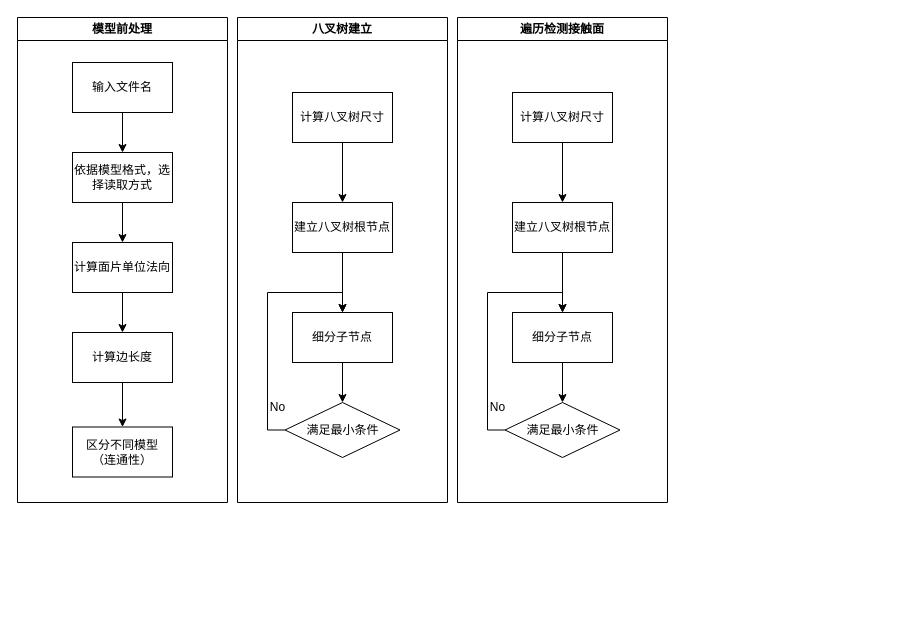
Earlier version of the draw.io diagram OCTreeCheckWorkflow.drawio (WalkLater/workflow). Source tidied: cells renumbered, new cells numbered last; positions are measured from the earlier drawing's top-left corner, leaving out a move shared by most shapes. Both pictures are drawn from the tidied source at 100%, with x=0, y=0 at pixel (17, 17).
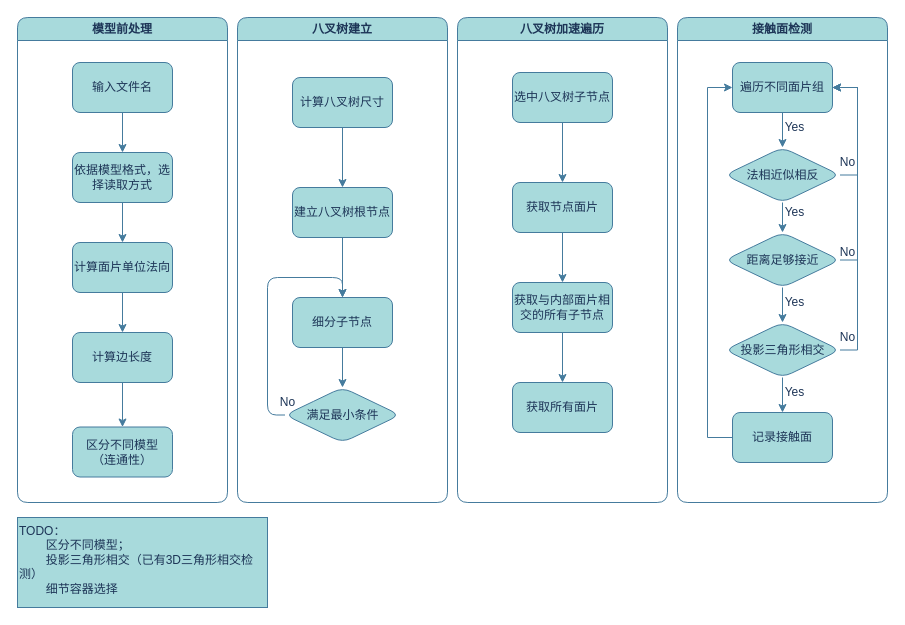
The same diagram, later.

Diff of the diagram source:
```diff
@@
-    <mxCell id="2" value="模型前处理" style="swimlane;whiteSpace=wrap;html=1;" parent="1" vertex="1">
+    <mxCell id="2" value="模型前处理" style="swimlane;whiteSpace=wrap;html=1;rounded=1;labelBackgroundColor=none;fillColor=#A8DADC;strokeColor=#457B9D;fontColor=#1D3557;" parent="1" vertex="1">
       <mxGeometry width="210" height="485" as="geometry" />
     </mxCell>
-    <mxCell id="3" style="edgeStyle=orthogonalEdgeStyle;rounded=0;jettySize=auto;html=1;" parent="2" edge="1" source="4" target="6">
+    <mxCell id="3" style="edgeStyle=orthogonalEdgeStyle;rounded=1;jettySize=auto;html=1;labelBackgroundColor=none;fontColor=default;strokeColor=#457B9D;" parent="2" edge="1" source="4" target="6">
       <mxGeometry relative="1" as="geometry" />
     </mxCell>
-    <mxCell id="4" value="输入文件名" style="rounded=0;whiteSpace=wrap;html=1;" parent="2" vertex="1">
+    <mxCell id="4" value="输入文件名" style="rounded=1;whiteSpace=wrap;html=1;labelBackgroundColor=none;fillColor=#A8DADC;strokeColor=#457B9D;fontColor=#1D3557;" parent="2" vertex="1">
       <mxGeometry x="55" y="45" width="100" height="50" as="geometry" />
     </mxCell>
-    <mxCell id="5" style="edgeStyle=orthogonalEdgeStyle;rounded=0;jettySize=auto;html=1;" parent="2" edge="1" source="6" target="8">
+    <mxCell id="5" style="edgeStyle=orthogonalEdgeStyle;rounded=1;jettySize=auto;html=1;labelBackgroundColor=none;fontColor=default;strokeColor=#457B9D;" parent="2" edge="1" source="6" target="8">
       <mxGeometry relative="1" as="geometry" />
     </mxCell>
-    <mxCell id="6" value="依据模型格式，选择读取方式" style="rounded=0;whiteSpace=wrap;html=1;" parent="2" vertex="1">
+    <mxCell id="6" value="依据模型格式，选择读取方式" style="rounded=1;whiteSpace=wrap;html=1;labelBackgroundColor=none;fillColor=#A8DADC;strokeColor=#457B9D;fontColor=#1D3557;" parent="2" vertex="1">
       <mxGeometry x="55" y="135" width="100" height="50" as="geometry" />
     </mxCell>
-    <mxCell id="7" style="edgeStyle=orthogonalEdgeStyle;rounded=0;jettySize=auto;html=1;" parent="2" edge="1" source="8" target="10">
+    <mxCell id="7" style="edgeStyle=orthogonalEdgeStyle;rounded=1;jettySize=auto;html=1;labelBackgroundColor=none;fontColor=default;strokeColor=#457B9D;" parent="2" edge="1" source="8" target="10">
       <mxGeometry relative="1" as="geometry" />
     </mxCell>
-    <mxCell id="8" value="计算面片单位法向" style="rounded=0;whiteSpace=wrap;html=1;" parent="2" vertex="1">
+    <mxCell id="8" value="计算面片单位法向" style="rounded=1;whiteSpace=wrap;html=1;labelBackgroundColor=none;fillColor=#A8DADC;strokeColor=#457B9D;fontColor=#1D3557;" parent="2" vertex="1">
       <mxGeometry x="55" y="225" width="100" height="50" as="geometry" />
     </mxCell>
-    <mxCell id="9" style="edgeStyle=orthogonalEdgeStyle;rounded=0;jettySize=auto;html=1;" parent="2" edge="1" source="10" target="11">
+    <mxCell id="9" style="edgeStyle=orthogonalEdgeStyle;rounded=1;jettySize=auto;html=1;labelBackgroundColor=none;fontColor=default;strokeColor=#457B9D;" parent="2" edge="1" source="10" target="11">
       <mxGeometry relative="1" as="geometry" />
     </mxCell>
-    <mxCell id="10" value="计算边长度" style="rounded=0;whiteSpace=wrap;html=1;" parent="2" vertex="1">
+    <mxCell id="10" value="计算边长度" style="rounded=1;whiteSpace=wrap;html=1;labelBackgroundColor=none;fillColor=#A8DADC;strokeColor=#457B9D;fontColor=#1D3557;" parent="2" vertex="1">
       <mxGeometry x="55" y="315" width="100" height="50" as="geometry" />
     </mxCell>
-    <mxCell id="11" value="区分不同模型&lt;div&gt;（连通性）&lt;/div&gt;" style="rounded=0;whiteSpace=wrap;html=1;" parent="2" vertex="1">
+    <mxCell id="11" value="区分不同模型&lt;div&gt;（连通性）&lt;/div&gt;" style="rounded=1;whiteSpace=wrap;html=1;labelBackgroundColor=none;fillColor=#A8DADC;strokeColor=#457B9D;fontColor=#1D3557;" parent="2" vertex="1">
       <mxGeometry x="55" y="409.5" width="100" height="50" as="geometry" />
     </mxCell>
-    <mxCell id="12" value="八叉树建立" style="swimlane;whiteSpace=wrap;html=1;" parent="1" vertex="1">
+    <mxCell id="12" value="八叉树建立" style="swimlane;whiteSpace=wrap;html=1;rounded=1;labelBackgroundColor=none;fillColor=#A8DADC;strokeColor=#457B9D;fontColor=#1D3557;" parent="1" vertex="1">
       <mxGeometry x="220" width="210" height="485" as="geometry" />
     </mxCell>
-    <mxCell id="13" style="edgeStyle=orthogonalEdgeStyle;rounded=0;jettySize=auto;html=1;" parent="12" edge="1" source="14" target="16">
+    <mxCell id="13" style="edgeStyle=orthogonalEdgeStyle;rounded=1;jettySize=auto;html=1;labelBackgroundColor=none;fontColor=default;strokeColor=#457B9D;" parent="12" edge="1" source="14" target="16">
       <mxGeometry relative="1" as="geometry" />
     </mxCell>
-    <mxCell id="14" value="计算八叉树尺寸" style="rounded=0;whiteSpace=wrap;html=1;" parent="12" vertex="1">
-      <mxGeometry x="55" y="75" width="100" height="50" as="geometry" />
+    <mxCell id="14" value="计算八叉树尺寸" style="rounded=1;whiteSpace=wrap;html=1;labelBackgroundColor=none;fillColor=#A8DADC;strokeColor=#457B9D;fontColor=#1D3557;" parent="12" vertex="1">
+      <mxGeometry x="55" y="60" width="100" height="50" as="geometry" />
     </mxCell>
-    <mxCell id="15" style="edgeStyle=orthogonalEdgeStyle;rounded=0;jettySize=auto;html=1;" parent="12" edge="1" source="16" target="18">
+    <mxCell id="15" style="edgeStyle=orthogonalEdgeStyle;rounded=1;jettySize=auto;html=1;labelBackgroundColor=none;fontColor=default;strokeColor=#457B9D;" parent="12" edge="1" source="16" target="18">
       <mxGeometry relative="1" as="geometry" />
     </mxCell>
-    <mxCell id="16" value="建立八叉树根节点" style="rounded=0;whiteSpace=wrap;html=1;" parent="12" vertex="1">
-      <mxGeometry x="55" y="185" width="100" height="50" as="geometry" />
+    <mxCell id="16" value="建立八叉树根节点" style="rounded=1;whiteSpace=wrap;html=1;labelBackgroundColor=none;fillColor=#A8DADC;strokeColor=#457B9D;fontColor=#1D3557;" parent="12" vertex="1">
+      <mxGeometry x="55" y="170" width="100" height="50" as="geometry" />
     </mxCell>
-    <mxCell id="17" style="edgeStyle=orthogonalEdgeStyle;rounded=0;jettySize=auto;html=1;" parent="12" edge="1" source="18" target="20">
+    <mxCell id="17" style="edgeStyle=orthogonalEdgeStyle;rounded=1;jettySize=auto;html=1;labelBackgroundColor=none;fontColor=default;strokeColor=#457B9D;" parent="12" edge="1" source="18" target="20">
       <mxGeometry relative="1" as="geometry" />
     </mxCell>
-    <mxCell id="18" value="细分子节点" style="rounded=0;whiteSpace=wrap;html=1;" parent="12" vertex="1">
-      <mxGeometry x="55" y="295" width="100" height="50" as="geometry" />
+    <mxCell id="18" value="细分子节点" style="rounded=1;whiteSpace=wrap;html=1;labelBackgroundColor=none;fillColor=#A8DADC;strokeColor=#457B9D;fontColor=#1D3557;" parent="12" vertex="1">
+      <mxGeometry x="55" y="280" width="100" height="50" as="geometry" />
     </mxCell>
-    <mxCell id="19" style="edgeStyle=orthogonalEdgeStyle;rounded=0;jettySize=auto;html=1;entryX=0.5;entryY=0;entryDx=0;entryDy=0;" parent="12" edge="1" source="20" target="18">
+    <mxCell id="19" style="edgeStyle=orthogonalEdgeStyle;rounded=1;jettySize=auto;html=1;entryX=0.5;entryY=0;entryDx=0;entryDy=0;labelBackgroundColor=none;fontColor=default;strokeColor=#457B9D;" parent="12" edge="1" source="20" target="18">
       <mxGeometry relative="1" as="geometry">
         <Array as="points">
-          <mxPoint x="30" y="413" />
-          <mxPoint x="30" y="275" />
-          <mxPoint x="105" y="275" />
+          <mxPoint x="30" y="398" />
+          <mxPoint x="30" y="260" />
+          <mxPoint x="105" y="260" />
         </Array>
       </mxGeometry>
     </mxCell>
-    <mxCell id="20" value="满足最小条件" style="rhombus;whiteSpace=wrap;html=1;" parent="12" vertex="1">
-      <mxGeometry x="47.5" y="385" width="115" height="55" as="geometry" />
+    <mxCell id="20" value="满足最小条件" style="rhombus;whiteSpace=wrap;html=1;rounded=1;labelBackgroundColor=none;fillColor=#A8DADC;strokeColor=#457B9D;fontColor=#1D3557;" parent="12" vertex="1">
+      <mxGeometry x="47.5" y="370" width="115" height="55" as="geometry" />
     </mxCell>
-    <mxCell id="21" value="No" style="text;html=1;align=center;verticalAlign=middle;strokeColor=none;fillColor=none;" parent="12" vertex="1">
-      <mxGeometry x="20" y="375" width="40" height="30" as="geometry" />
+    <mxCell id="21" value="No" style="text;html=1;align=center;verticalAlign=middle;strokeColor=none;fillColor=none;rounded=1;labelBackgroundColor=none;fontColor=#1D3557;" parent="12" vertex="1">
+      <mxGeometry x="30" y="370" width="40" height="30" as="geometry" />
     </mxCell>
-    <mxCell id="22" value="遍历检测接触面" style="swimlane;whiteSpace=wrap;html=1;" parent="1" vertex="1">
+    <mxCell id="22" value="八叉树加速遍历" style="swimlane;whiteSpace=wrap;html=1;rounded=1;labelBackgroundColor=none;fillColor=#A8DADC;strokeColor=#457B9D;fontColor=#1D3557;" parent="1" vertex="1">
       <mxGeometry x="440" width="210" height="485" as="geometry" />
     </mxCell>
-    <mxCell id="23" style="edgeStyle=orthogonalEdgeStyle;rounded=0;jettySize=auto;html=1;" parent="22" edge="1" source="24" target="26">
-      <mxGeometry relative="1" as="geometry" />
-    </mxCell>
-    <mxCell id="24" value="计算八叉树尺寸" style="rounded=0;whiteSpace=wrap;html=1;" parent="22" vertex="1">
-      <mxGeometry x="55" y="75" width="100" height="50" as="geometry" />
-    </mxCell>
-    <mxCell id="25" style="edgeStyle=orthogonalEdgeStyle;rounded=0;jettySize=auto;html=1;" parent="22" edge="1" source="26" target="28">
-      <mxGeometry relative="1" as="geometry" />
-    </mxCell>
-    <mxCell id="26" value="建立八叉树根节点" style="rounded=0;whiteSpace=wrap;html=1;" parent="22" vertex="1">
-      <mxGeometry x="55" y="185" width="100" height="50" as="geometry" />
-    </mxCell>
-    <mxCell id="27" style="edgeStyle=orthogonalEdgeStyle;rounded=0;jettySize=auto;html=1;" parent="22" edge="1" source="28" target="30">
-      <mxGeometry relative="1" as="geometry" />
-    </mxCell>
-    <mxCell id="28" value="细分子节点" style="rounded=0;whiteSpace=wrap;html=1;" parent="22" vertex="1">
-      <mxGeometry x="55" y="295" width="100" height="50" as="geometry" />
-    </mxCell>
-    <mxCell id="29" style="edgeStyle=orthogonalEdgeStyle;rounded=0;jettySize=auto;html=1;entryX=0.5;entryY=0;entryDx=0;entryDy=0;" parent="22" edge="1" source="30" target="28">
-      <mxGeometry relative="1" as="geometry">
-        <Array as="points">
-          <mxPoint x="30" y="413" />
-          <mxPoint x="30" y="275" />
-          <mxPoint x="105" y="275" />
-        </Array>
-      </mxGeometry>
-    </mxCell>
-    <mxCell id="30" value="满足最小条件" style="rhombus;whiteSpace=wrap;html=1;" parent="22" vertex="1">
-      <mxGeometry x="47.5" y="385" width="115" height="55" as="geometry" />
-    </mxCell>
-    <mxCell id="31" value="No" style="text;html=1;align=center;verticalAlign=middle;strokeColor=none;fillColor=none;" parent="22" vertex="1">
-      <mxGeometry x="20" y="375" width="40" height="30" as="geometry" />
-    </mxCell>
+    <mxCell id="32" style="edgeStyle=orthogonalEdgeStyle;rounded=0;jettySize=auto;html=1;strokeColor=#457B9D;fontColor=#1D3557;fillColor=#A8DADC;" parent="22" edge="1" source="33" target="35">
+      <mxGeometry relative="1" as="geometry" />
+    </mxCell>
+    <mxCell id="33" value="选中八叉树子节点" style="rounded=1;whiteSpace=wrap;html=1;labelBackgroundColor=none;fillColor=#A8DADC;strokeColor=#457B9D;fontColor=#1D3557;" parent="22" vertex="1">
+      <mxGeometry x="55" y="55" width="100" height="50" as="geometry" />
+    </mxCell>
+    <mxCell id="34" style="edgeStyle=orthogonalEdgeStyle;rounded=0;jettySize=auto;html=1;strokeColor=#457B9D;fontColor=#1D3557;fillColor=#A8DADC;" parent="22" edge="1" source="35" target="37">
+      <mxGeometry relative="1" as="geometry" />
+    </mxCell>
+    <mxCell id="35" value="获取节点面片" style="rounded=1;whiteSpace=wrap;html=1;labelBackgroundColor=none;fillColor=#A8DADC;strokeColor=#457B9D;fontColor=#1D3557;" parent="22" vertex="1">
+      <mxGeometry x="55" y="165" width="100" height="50" as="geometry" />
+    </mxCell>
+    <mxCell id="36" style="edgeStyle=orthogonalEdgeStyle;rounded=0;jettySize=auto;html=1;strokeColor=#457B9D;fontColor=#1D3557;fillColor=#A8DADC;" parent="22" edge="1" source="37" target="38">
+      <mxGeometry relative="1" as="geometry" />
+    </mxCell>
+    <mxCell id="37" value="获取与内部面片相交的所有子节点" style="rounded=1;whiteSpace=wrap;html=1;labelBackgroundColor=none;fillColor=#A8DADC;strokeColor=#457B9D;fontColor=#1D3557;" parent="22" vertex="1">
+      <mxGeometry x="55" y="265" width="100" height="50" as="geometry" />
+    </mxCell>
+    <mxCell id="38" value="获取所有面片" style="rounded=1;whiteSpace=wrap;html=1;labelBackgroundColor=none;fillColor=#A8DADC;strokeColor=#457B9D;fontColor=#1D3557;" parent="22" vertex="1">
+      <mxGeometry x="55" y="365" width="100" height="50" as="geometry" />
+    </mxCell>
+    <mxCell id="39" value="接触面检测" style="swimlane;whiteSpace=wrap;html=1;rounded=1;labelBackgroundColor=none;fillColor=#A8DADC;strokeColor=#457B9D;fontColor=#1D3557;" parent="1" vertex="1">
+      <mxGeometry x="660" width="210" height="485" as="geometry" />
+    </mxCell>
+    <mxCell id="40" style="edgeStyle=orthogonalEdgeStyle;rounded=0;jettySize=auto;html=1;fontColor=default;labelBackgroundColor=none;strokeColor=#457B9D;" parent="39" edge="1" source="41" target="44">
+      <mxGeometry relative="1" as="geometry" />
+    </mxCell>
+    <mxCell id="41" value="遍历不同面片组" style="rounded=1;whiteSpace=wrap;html=1;labelBackgroundColor=none;fillColor=#A8DADC;strokeColor=#457B9D;fontColor=#1D3557;" parent="39" vertex="1">
+      <mxGeometry x="55" y="45" width="100" height="50" as="geometry" />
+    </mxCell>
+    <mxCell id="42" style="edgeStyle=orthogonalEdgeStyle;rounded=0;jettySize=auto;html=1;labelBackgroundColor=none;strokeColor=#457B9D;fontColor=default;" parent="39" edge="1" source="44" target="47">
+      <mxGeometry relative="1" as="geometry" />
+    </mxCell>
+    <mxCell id="43" style="edgeStyle=orthogonalEdgeStyle;rounded=0;jettySize=auto;html=1;entryX=1;entryY=0.5;entryDx=0;entryDy=0;labelBackgroundColor=none;strokeColor=#457B9D;fontColor=default;" parent="39" edge="1" source="44" target="41">
+      <mxGeometry relative="1" as="geometry">
+        <Array as="points">
+          <mxPoint x="180" y="158" />
+          <mxPoint x="180" y="70" />
+        </Array>
+      </mxGeometry>
+    </mxCell>
+    <mxCell id="44" value="法相近似相反" style="rhombus;whiteSpace=wrap;html=1;rounded=1;labelBackgroundColor=none;fillColor=#A8DADC;strokeColor=#457B9D;fontColor=#1D3557;" parent="39" vertex="1">
+      <mxGeometry x="47.5" y="130" width="115" height="55" as="geometry" />
+    </mxCell>
+    <mxCell id="45" style="edgeStyle=orthogonalEdgeStyle;rounded=0;jettySize=auto;html=1;labelBackgroundColor=none;strokeColor=#457B9D;fontColor=default;" parent="39" edge="1" source="47" target="50">
+      <mxGeometry relative="1" as="geometry" />
+    </mxCell>
+    <mxCell id="46" style="edgeStyle=orthogonalEdgeStyle;rounded=0;jettySize=auto;html=1;entryX=1;entryY=0.5;entryDx=0;entryDy=0;labelBackgroundColor=none;strokeColor=#457B9D;fontColor=default;" parent="39" edge="1" source="47" target="41">
+      <mxGeometry relative="1" as="geometry">
+        <Array as="points">
+          <mxPoint x="180" y="243" />
+          <mxPoint x="180" y="70" />
+        </Array>
+      </mxGeometry>
+    </mxCell>
+    <mxCell id="47" value="距离足够接近" style="rhombus;whiteSpace=wrap;html=1;rounded=1;labelBackgroundColor=none;fillColor=#A8DADC;strokeColor=#457B9D;fontColor=#1D3557;" parent="39" vertex="1">
+      <mxGeometry x="47.5" y="215" width="115" height="55" as="geometry" />
+    </mxCell>
+    <mxCell id="48" style="edgeStyle=orthogonalEdgeStyle;rounded=0;jettySize=auto;html=1;labelBackgroundColor=none;strokeColor=#457B9D;fontColor=default;" parent="39" edge="1" source="50" target="52">
+      <mxGeometry relative="1" as="geometry" />
+    </mxCell>
+    <mxCell id="49" style="edgeStyle=orthogonalEdgeStyle;rounded=0;jettySize=auto;html=1;entryX=1;entryY=0.5;entryDx=0;entryDy=0;labelBackgroundColor=none;strokeColor=#457B9D;fontColor=default;" parent="39" edge="1" source="50" target="41">
+      <mxGeometry relative="1" as="geometry">
+        <Array as="points">
+          <mxPoint x="180" y="333" />
+          <mxPoint x="180" y="70" />
+        </Array>
+      </mxGeometry>
+    </mxCell>
+    <mxCell id="50" value="投影三角形相交" style="rhombus;whiteSpace=wrap;html=1;rounded=1;labelBackgroundColor=none;fillColor=#A8DADC;strokeColor=#457B9D;fontColor=#1D3557;" parent="39" vertex="1">
+      <mxGeometry x="47.5" y="305" width="115" height="55" as="geometry" />
+    </mxCell>
+    <mxCell id="51" style="edgeStyle=orthogonalEdgeStyle;rounded=0;jettySize=auto;html=1;entryX=0;entryY=0.5;entryDx=0;entryDy=0;labelBackgroundColor=none;strokeColor=#457B9D;fontColor=default;" parent="39" edge="1" source="52" target="41">
+      <mxGeometry relative="1" as="geometry">
+        <Array as="points">
+          <mxPoint x="30" y="420" />
+          <mxPoint x="30" y="70" />
+        </Array>
+      </mxGeometry>
+    </mxCell>
+    <mxCell id="52" value="记录接触面" style="rounded=1;whiteSpace=wrap;html=1;labelBackgroundColor=none;fillColor=#A8DADC;strokeColor=#457B9D;fontColor=#1D3557;" parent="39" vertex="1">
+      <mxGeometry x="55" y="395" width="100" height="50" as="geometry" />
+    </mxCell>
+    <mxCell id="53" value="Yes" style="text;html=1;align=center;verticalAlign=middle;strokeColor=none;fillColor=none;fontColor=#1D3557;" parent="39" vertex="1">
+      <mxGeometry x="97" y="95" width="40" height="30" as="geometry" />
+    </mxCell>
+    <mxCell id="54" value="Yes" style="text;html=1;align=center;verticalAlign=middle;strokeColor=none;fillColor=none;fontColor=#1D3557;" parent="39" vertex="1">
+      <mxGeometry x="97" y="180" width="40" height="30" as="geometry" />
+    </mxCell>
+    <mxCell id="55" value="Yes" style="text;html=1;align=center;verticalAlign=middle;strokeColor=none;fillColor=none;fontColor=#1D3557;" parent="39" vertex="1">
+      <mxGeometry x="97" y="270" width="40" height="30" as="geometry" />
+    </mxCell>
+    <mxCell id="56" value="Yes" style="text;html=1;align=center;verticalAlign=middle;strokeColor=none;fillColor=none;fontColor=#1D3557;" parent="39" vertex="1">
+      <mxGeometry x="97" y="360" width="40" height="30" as="geometry" />
+    </mxCell>
+    <mxCell id="57" value="No" style="text;html=1;align=center;verticalAlign=middle;strokeColor=none;fillColor=none;rounded=1;labelBackgroundColor=none;fontColor=#1D3557;" parent="39" vertex="1">
+      <mxGeometry x="150" y="130" width="40" height="30" as="geometry" />
+    </mxCell>
+    <mxCell id="58" value="No" style="text;html=1;align=center;verticalAlign=middle;strokeColor=none;fillColor=none;rounded=1;labelBackgroundColor=none;fontColor=#1D3557;" parent="39" vertex="1">
+      <mxGeometry x="150" y="220" width="40" height="30" as="geometry" />
+    </mxCell>
+    <mxCell id="59" value="No" style="text;html=1;align=center;verticalAlign=middle;strokeColor=none;fillColor=none;rounded=1;labelBackgroundColor=none;fontColor=#1D3557;" parent="39" vertex="1">
+      <mxGeometry x="150" y="305" width="40" height="30" as="geometry" />
+    </mxCell>
+    <mxCell id="60" value="TODO：&lt;div&gt;&lt;span style=&quot;white-space: pre;&quot;&gt;&#9;&lt;/span&gt;区分不同模型；&lt;br&gt;&lt;/div&gt;&lt;div&gt;&lt;span style=&quot;white-space: pre;&quot;&gt;&#9;&lt;/span&gt;投影三角形相交（已有3D三角形相交检测）&lt;br&gt;&lt;/div&gt;&lt;div&gt;&lt;span style=&quot;white-space: pre;&quot;&gt;&#9;&lt;/span&gt;细节容器选择&lt;br&gt;&lt;/div&gt;" style="rounded=0;whiteSpace=wrap;html=1;strokeColor=#457B9D;fontColor=#1D3557;fillColor=#A8DADC;align=left;verticalAlign=top;" parent="1" vertex="1">
+      <mxGeometry y="500" width="250" height="90" as="geometry" />
+    </mxCell>
```
